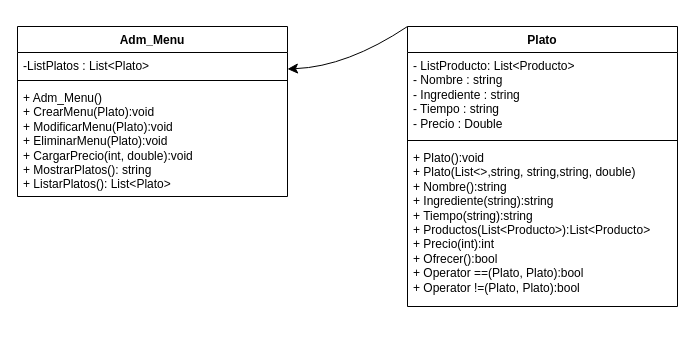
The draw.io diagram page "Menu" (2 of 5) of Diagrama UML.drawio in matiasparedes90/tp_laboratorio_2, before the edit. Source tidied: cells renumbered, new cells numbered last; positions are measured from the earlier drawing's top-left corner, leaving out a move shared by most shapes. Both pictures are drawn from the tidied source at 100%, with x=0, y=0 at pixel (17, 26).
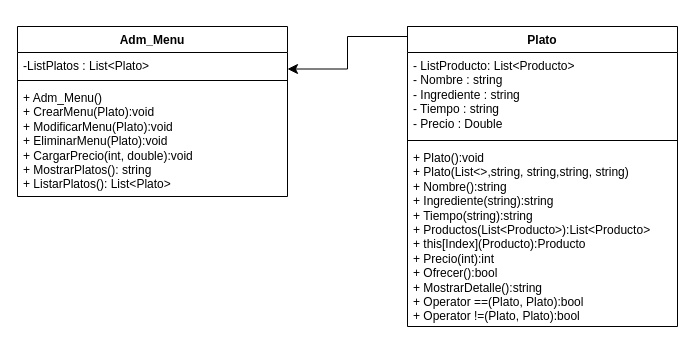
The same diagram, later.

What changed in the source:
```diff
@@
 <mxGraphModel>
   <root>
     <mxCell id="0" />
     <mxCell id="1" parent="0" />
     <mxCell id="2" value="Plato" style="swimlane;fontStyle=1;align=center;verticalAlign=top;horizontal=1;startSize=26;whiteSpace=wrap;html=1;" parent="1" vertex="1">
-      <mxGeometry x="390" width="270" height="280" as="geometry" />
+      <mxGeometry x="390" width="270" height="300" as="geometry" />
     </mxCell>
     <mxCell id="3" value="&lt;div&gt;- ListProducto: List&amp;lt;Producto&amp;gt;&lt;/div&gt;&lt;div&gt;- Nombre : string&lt;/div&gt;&lt;div&gt;- Ingrediente : string&lt;/div&gt;&lt;div&gt;- Tiempo : string&lt;/div&gt;&lt;div&gt;- Precio : Double&lt;br&gt;&lt;/div&gt;" style="text;strokeColor=none;fillColor=none;align=left;verticalAlign=top;spacingLeft=4;spacingRight=4;overflow=hidden;whiteSpace=wrap;html=1;" parent="2" vertex="1">
       <mxGeometry y="26" width="270" height="84" as="geometry" />
     </mxCell>
     <mxCell id="4" style="line;strokeWidth=1;fillColor=none;align=left;verticalAlign=middle;spacingTop=-1;spacingLeft=3;spacingRight=3;labelPosition=right;strokeColor=inherit;" parent="2" vertex="1">
       <mxGeometry y="110" width="270" height="8" as="geometry" />
     </mxCell>
-    <mxCell id="5" value="&lt;div&gt;+ Plato():void&lt;/div&gt;&lt;div&gt;+ Plato(List&amp;lt;&amp;gt;,string, string,string, double)&lt;/div&gt;&lt;div&gt;+ Nombre():string&lt;/div&gt;&lt;div&gt;+ Ingrediente(string):string&lt;/div&gt;&lt;div&gt;+ Tiempo(string):string&lt;/div&gt;&lt;div&gt;+ Productos(List&amp;lt;Producto&amp;gt;):List&amp;lt;Producto&amp;gt;&lt;br&gt;&lt;/div&gt;&lt;div&gt;+ Precio(int):int&lt;/div&gt;&lt;div&gt;+ Ofrecer():bool&lt;br&gt;&lt;/div&gt;&lt;div&gt;+ Operator ==(Plato, Plato):bool&lt;br&gt;&lt;/div&gt;&lt;div&gt;+ Operator !=(Plato, Plato):bool&lt;/div&gt;&lt;div&gt;&lt;br&gt;&lt;/div&gt;" style="text;strokeColor=none;fillColor=none;align=left;verticalAlign=top;spacingLeft=4;spacingRight=4;overflow=hidden;whiteSpace=wrap;html=1;" parent="2" vertex="1">
-      <mxGeometry y="118" width="270" height="162" as="geometry" />
+    <mxCell id="5" value="&lt;div&gt;+ Plato():void&lt;/div&gt;&lt;div&gt;+ Plato(List&amp;lt;&amp;gt;,string, string,string, string)&lt;/div&gt;&lt;div&gt;+ Nombre():string&lt;/div&gt;&lt;div&gt;+ Ingrediente(string):string&lt;/div&gt;&lt;div&gt;+ Tiempo(string):string&lt;/div&gt;&lt;div&gt;+ Productos(List&amp;lt;Producto&amp;gt;):List&amp;lt;Producto&amp;gt;&lt;/div&gt;&lt;div&gt;+ this[Index](Producto):Producto&lt;br&gt;&lt;/div&gt;&lt;div&gt;+ Precio(int):int&lt;/div&gt;&lt;div&gt;+ Ofrecer():bool&lt;/div&gt;&lt;div&gt;+ MostrarDetalle():string&lt;br&gt;&lt;/div&gt;&lt;div&gt;+ Operator ==(Plato, Plato):bool&lt;br&gt;&lt;/div&gt;&lt;div&gt;+ Operator !=(Plato, Plato):bool&lt;/div&gt;&lt;div&gt;&lt;br&gt;&lt;/div&gt;" style="text;strokeColor=none;fillColor=none;align=left;verticalAlign=top;spacingLeft=4;spacingRight=4;overflow=hidden;whiteSpace=wrap;html=1;" parent="2" vertex="1">
+      <mxGeometry y="118" width="270" height="182" as="geometry" />
     </mxCell>
     <mxCell id="6" value="Adm_Menu" style="swimlane;fontStyle=1;align=center;verticalAlign=top;horizontal=1;startSize=26;whiteSpace=wrap;html=1;" parent="1" vertex="1">
       <mxGeometry width="270" height="170" as="geometry" />
     </mxCell>
     <mxCell id="7" value="-ListPlatos : List&amp;lt;Plato&amp;gt;" style="text;strokeColor=none;fillColor=none;align=left;verticalAlign=top;spacingLeft=4;spacingRight=4;overflow=hidden;whiteSpace=wrap;html=1;" parent="6" vertex="1">
       <mxGeometry y="26" width="270" height="24" as="geometry" />
     </mxCell>
     <mxCell id="8" style="line;strokeWidth=1;fillColor=none;align=left;verticalAlign=middle;spacingTop=-1;spacingLeft=3;spacingRight=3;labelPosition=right;strokeColor=inherit;" parent="6" vertex="1">
       <mxGeometry y="50" width="270" height="8" as="geometry" />
     </mxCell>
     <mxCell id="9" value="&lt;div&gt;+ Adm_Menu()&lt;br&gt;&lt;/div&gt;&lt;div&gt;+ CrearMenu(Plato):void&lt;/div&gt;&lt;div&gt;+ ModificarMenu(Plato):void&lt;/div&gt;&lt;div&gt;+ EliminarMenu(Plato):void&lt;/div&gt;&lt;div&gt;+ CargarPrecio(int, double):void&lt;/div&gt;&lt;div&gt;+ MostrarPlatos(): string&lt;/div&gt;&lt;div&gt;+ ListarPlatos(): List&amp;lt;Plato&amp;gt;&lt;br&gt;&lt;/div&gt;" style="text;strokeColor=none;fillColor=none;align=left;verticalAlign=top;spacingLeft=4;spacingRight=4;overflow=hidden;whiteSpace=wrap;html=1;" parent="6" vertex="1">
       <mxGeometry y="58" width="270" height="112" as="geometry" />
     </mxCell>
-    <mxCell id="10" style="edgeStyle=none;curved=1;rounded=0;jettySize=auto;html=1;entryX=1;entryY=0.25;entryDx=0;entryDy=0;fontSize=12;startSize=8;endSize=8;exitX=0;exitY=0;exitDx=0;exitDy=0;" parent="1" edge="1" source="2" target="6">
+    <mxCell id="10" style="edgeStyle=orthogonalEdgeStyle;rounded=0;jettySize=auto;html=1;entryX=1;entryY=0.25;entryDx=0;entryDy=0;fontSize=12;startSize=8;endSize=8;exitX=0;exitY=0;exitDx=0;exitDy=0;" parent="1" edge="1" source="2" target="6">
       <mxGeometry relative="1" as="geometry">
         <Array as="points">
-          <mxPoint x="330" y="40" />
+          <mxPoint x="390" y="10" />
+          <mxPoint x="330" y="10" />
+          <mxPoint x="330" y="43" />
         </Array>
       </mxGeometry>
     </mxCell>
   </root>
 </mxGraphModel>
```
